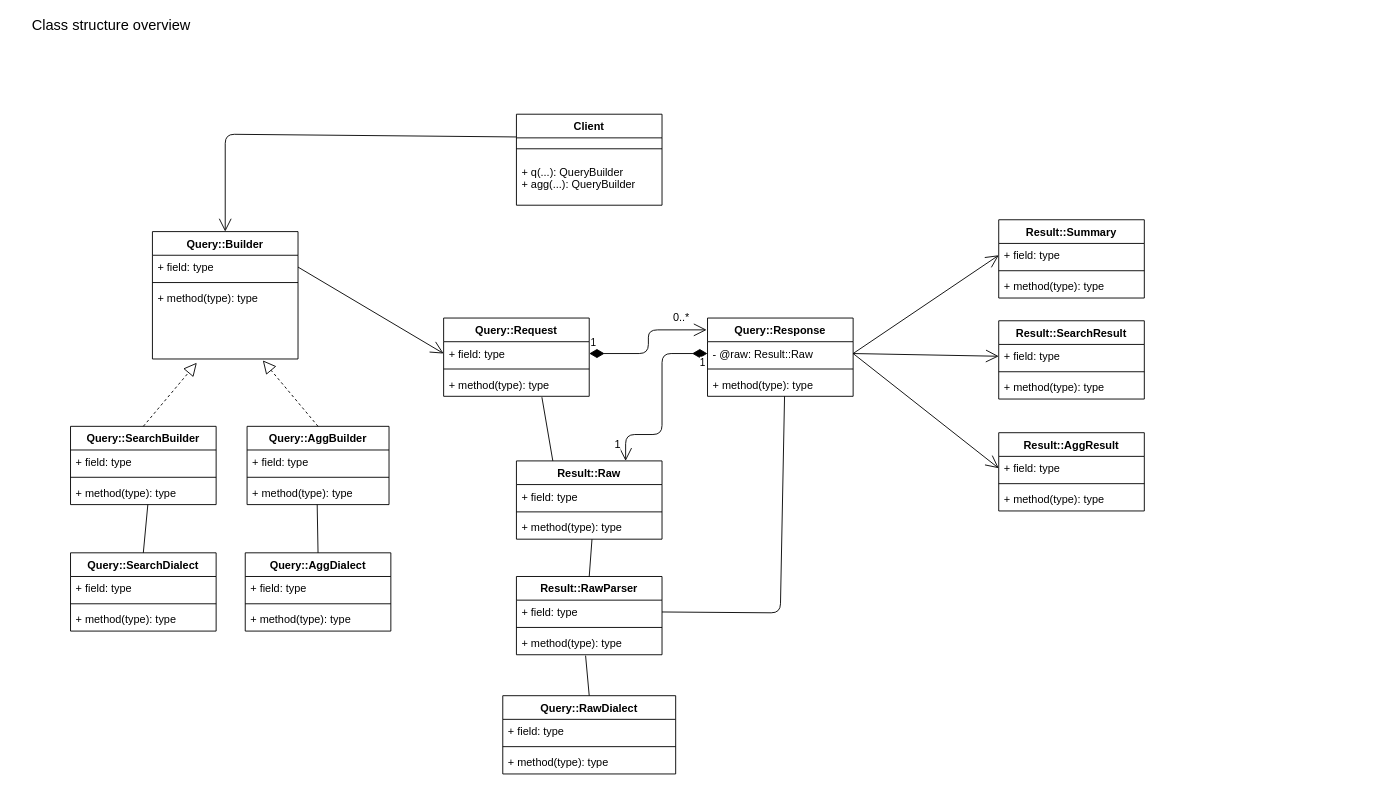
The draw.io diagram docs/class_diagram.drawio in Aramassa/elastic_mini_query, before the edit. Source tidied: cells renumbered, new cells numbered last; positions are measured from the earlier drawing's top-left corner, leaving out a move shared by most shapes. Both pictures are drawn from the tidied source at 91%, with x=0, y=0 at pixel (15, 15).
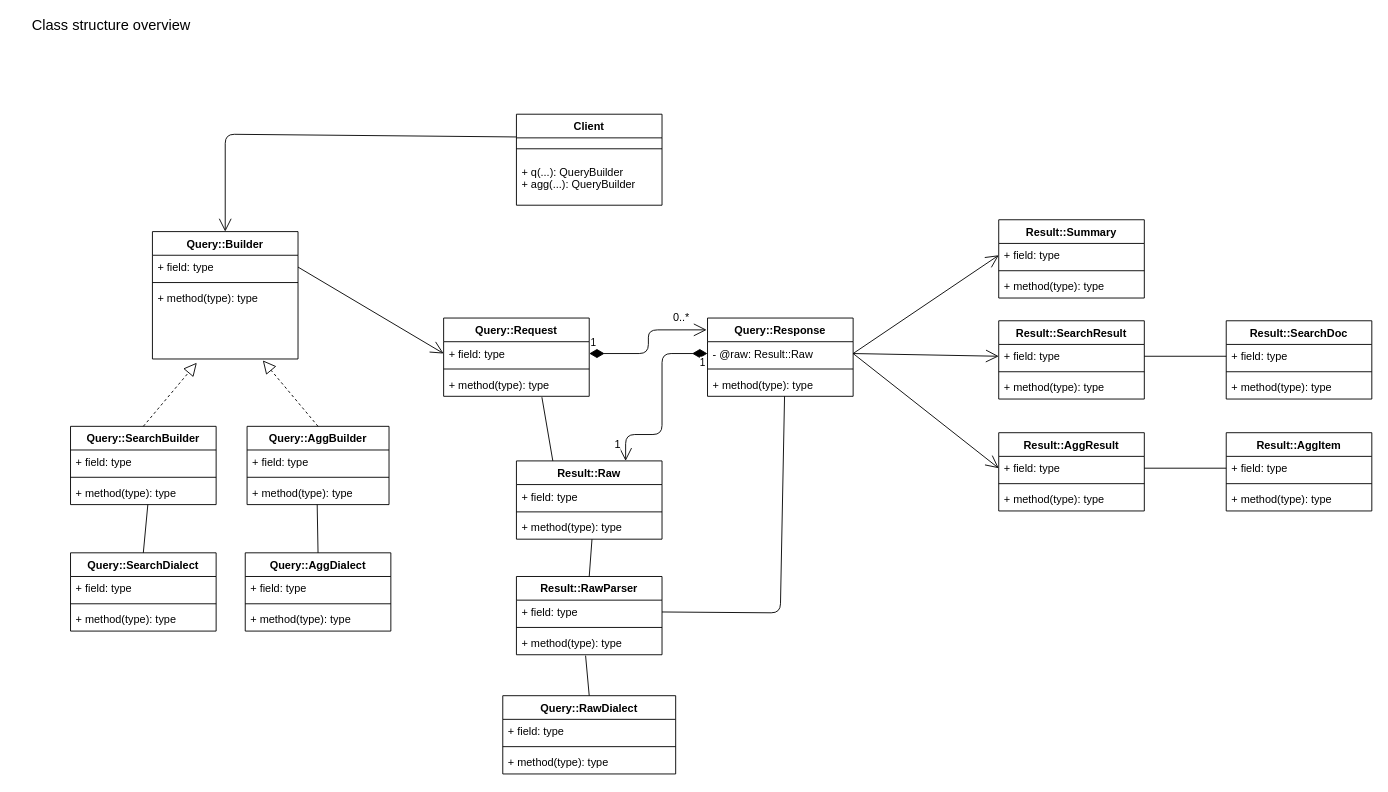
After the change.

Commit message (it also covers changes not shown here):
add result row class

The change refers to these unchanged cells:
```xml
<mxCell id="36" value="+ field: type" style="text;strokeColor=none;fillColor=none;align=left;verticalAlign=top;spacingLeft=4;spacingRight=4;overflow=hidden;points=[[0,0.5],[1,0.5]];portConstraint=eastwest;" parent="35" vertex="1">
  <mxGeometry y="26" width="160" height="26" as="geometry" />
</mxCell>
<mxCell id="40" value="+ field: type" style="text;strokeColor=none;fillColor=none;align=left;verticalAlign=top;spacingLeft=4;spacingRight=4;overflow=hidden;points=[[0,0.5],[1,0.5]];portConstraint=eastwest;" parent="39" vertex="1">
  <mxGeometry y="26" width="160" height="26" as="geometry" />
</mxCell>
```

The edit, as a diff of the source:
```diff
@@
+    <mxCell id="75" value="Result::AggItem&#10;" style="swimlane;fontStyle=1;align=center;verticalAlign=top;horizontal=1;startSize=26;" parent="1" vertex="1">
+      <mxGeometry x="1330" y="458" width="160" height="86" as="geometry" />
+    </mxCell>
+    <mxCell id="76" value="+ field: type" style="text;strokeColor=none;fillColor=none;align=left;verticalAlign=top;spacingLeft=4;spacingRight=4;overflow=hidden;points=[[0,0.5],[1,0.5]];portConstraint=eastwest;" parent="75" vertex="1">
+      <mxGeometry y="26" width="160" height="26" as="geometry" />
+    </mxCell>
+    <mxCell id="77" style="line;strokeWidth=1;fillColor=none;align=left;verticalAlign=middle;spacingTop=-1;spacingLeft=3;spacingRight=3;labelPosition=right;" parent="75" vertex="1">
+      <mxGeometry y="52" width="160" height="8" as="geometry" />
+    </mxCell>
+    <mxCell id="78" value="+ method(type): type" style="text;strokeColor=none;fillColor=none;align=left;verticalAlign=top;spacingLeft=4;spacingRight=4;overflow=hidden;" parent="75" vertex="1">
+      <mxGeometry y="60" width="160" height="26" as="geometry" />
+    </mxCell>
+    <mxCell id="79" value="Result::SearchDoc" style="swimlane;fontStyle=1;align=center;verticalAlign=top;horizontal=1;startSize=26;" parent="1" vertex="1">
+      <mxGeometry x="1330" y="335" width="160" height="86" as="geometry" />
+    </mxCell>
+    <mxCell id="80" value="+ field: type" style="text;strokeColor=none;fillColor=none;align=left;verticalAlign=top;spacingLeft=4;spacingRight=4;overflow=hidden;points=[[0,0.5],[1,0.5]];portConstraint=eastwest;" parent="79" vertex="1">
+      <mxGeometry y="26" width="160" height="26" as="geometry" />
+    </mxCell>
+    <mxCell id="81" style="line;strokeWidth=1;fillColor=none;align=left;verticalAlign=middle;spacingTop=-1;spacingLeft=3;spacingRight=3;labelPosition=right;" parent="79" vertex="1">
+      <mxGeometry y="52" width="160" height="8" as="geometry" />
+    </mxCell>
+    <mxCell id="82" value="+ method(type): type" style="text;strokeColor=none;fillColor=none;align=left;verticalAlign=top;spacingLeft=4;spacingRight=4;overflow=hidden;" parent="79" vertex="1">
+      <mxGeometry y="60" width="160" height="26" as="geometry" />
+    </mxCell>
+    <mxCell id="83" style="endArrow=none;html=1;exitX=1;exitY=0.5;exitDx=0;exitDy=0;entryX=0;entryY=0.5;entryDx=0;entryDy=0;" parent="1" edge="1" source="36" target="80">
+      <mxGeometry relative="1" as="geometry" />
+    </mxCell>
+    <mxCell id="84" style="endArrow=none;html=1;exitX=1;exitY=0.5;exitDx=0;exitDy=0;entryX=0;entryY=0.5;entryDx=0;entryDy=0;" parent="1" edge="1" source="40" target="76">
+      <mxGeometry relative="1" as="geometry" />
+    </mxCell>
```
